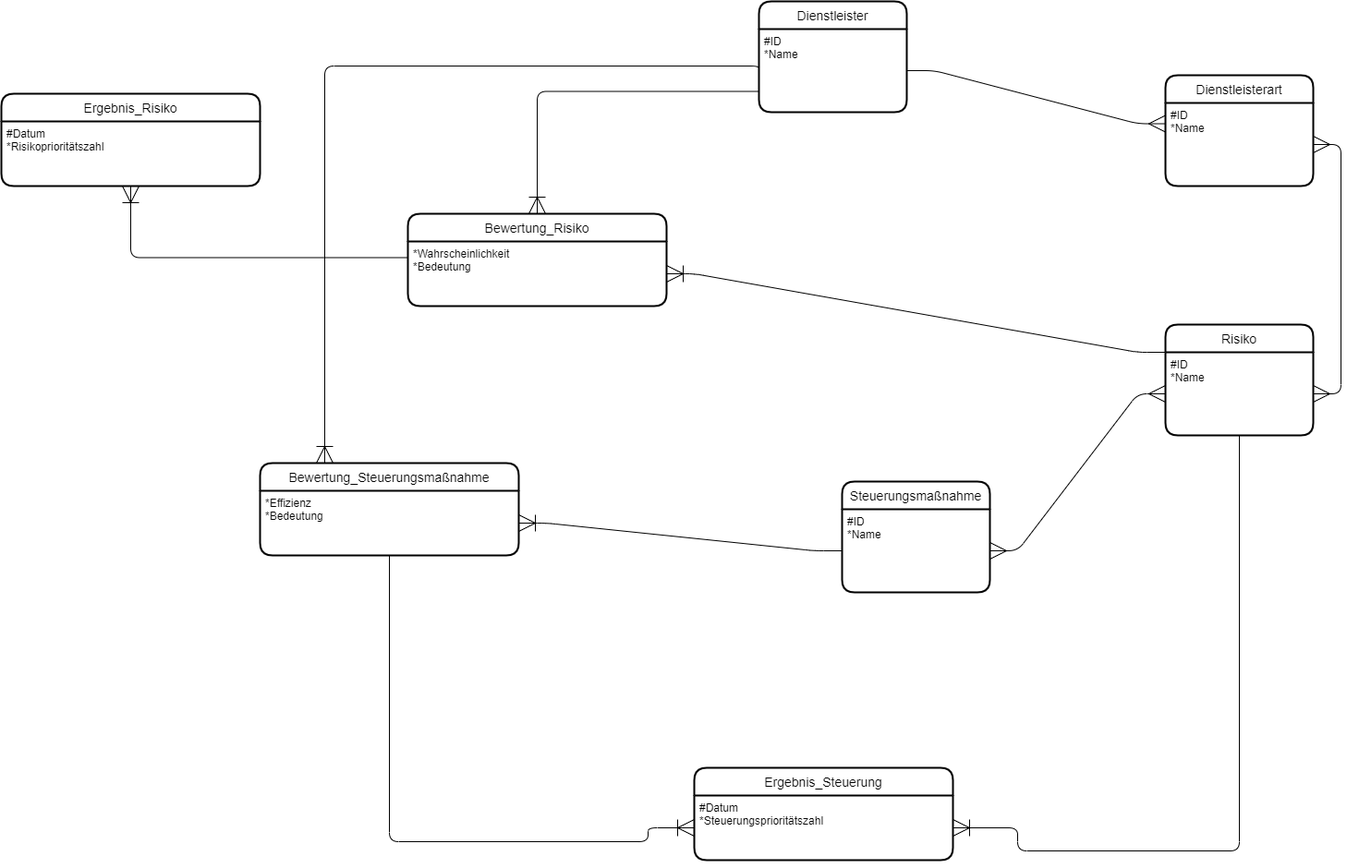
sgtSeme4ki/complianceDB keeps this draw.io diagram as er.png. Above is the earlier version. Source tidied: cells renumbered, new cells last; positions are measured from the earlier drawing's top-left corner, leaving out a move shared by most shapes.
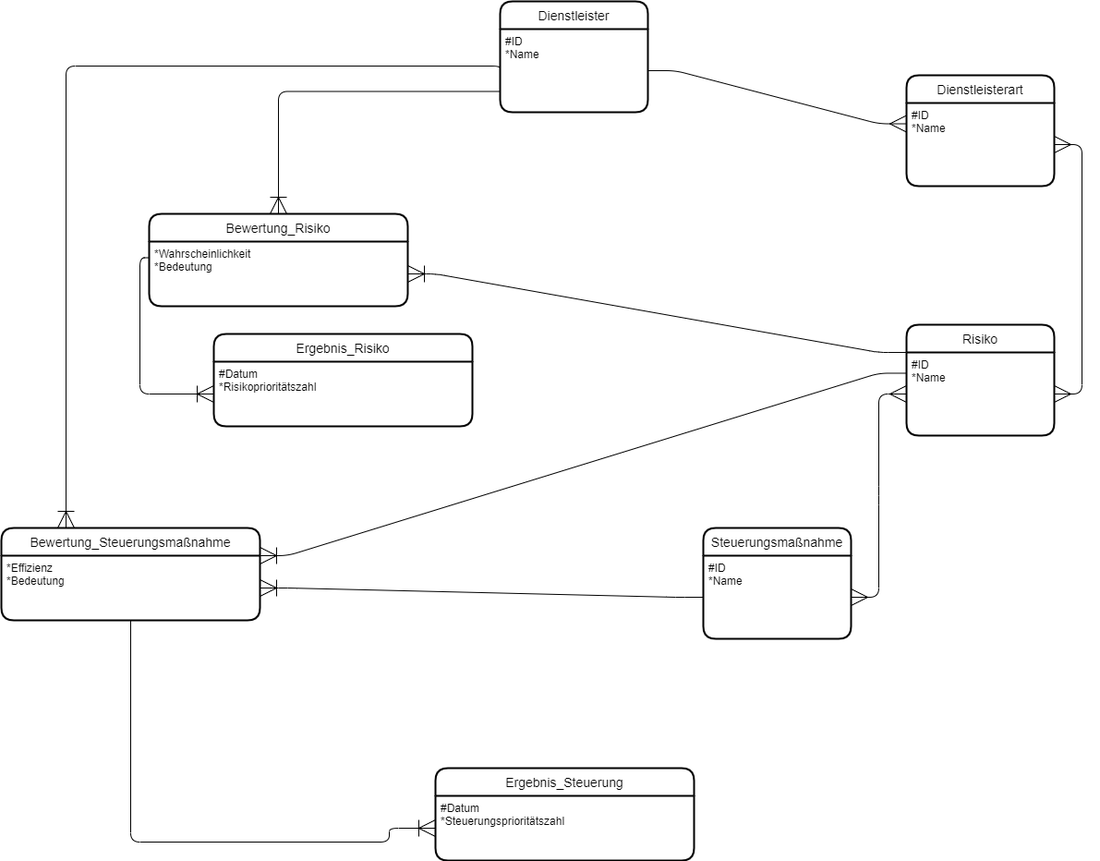
Above is the later version.

Commit message:
change schema -> bewertung_steuerungsmassnahme needs additional foreign key of risiko_id in primary key

What changed in the source:
```diff
@@ -15,7 +15,7 @@
       <mxGeometry y="30" width="160" height="90" as="geometry" />
     </mxCell>
     <mxCell id="6" value="Steuerungsmaßnahme" style="swimlane;horizontal=1;startSize=30;fontSize=14;fontStyle=0;strokeWidth=2;shadow=0;dashed=0;align=center;rounded=1;" parent="1" vertex="1">
-      <mxGeometry x="910" y="520" width="160" height="120" as="geometry" />
+      <mxGeometry x="1040" y="570" width="160" height="120" as="geometry" />
     </mxCell>
     <mxCell id="7" value="#ID&#10;*Name" style="align=left;strokeColor=none;fillColor=none;spacingLeft=4;fontSize=12;verticalAlign=top;rounded=1;" parent="6" vertex="1">
       <mxGeometry y="30" width="160" height="90" as="geometry" />
@@ -36,7 +36,7 @@
       <mxGeometry relative="1" as="geometry" />
     </mxCell>
     <mxCell id="13" value="Bewertung_Steuerungsmaßnahme" style="swimlane;horizontal=1;startSize=30;fontSize=14;fontStyle=0;strokeWidth=2;shadow=0;dashed=0;align=center;rounded=1;" parent="1" vertex="1">
-      <mxGeometry x="280" y="500" width="280" height="100" as="geometry" />
+      <mxGeometry x="280" y="570" width="280" height="100" as="geometry" />
     </mxCell>
     <mxCell id="14" value="*Effizienz&#10;*Bedeutung&#10;" style="align=left;strokeColor=none;fillColor=none;spacingLeft=4;fontSize=12;verticalAlign=top;rounded=1;" parent="13" vertex="1">
       <mxGeometry y="30" width="280" height="70" as="geometry" />
@@ -65,12 +65,12 @@
       </mxGeometry>
     </mxCell>
     <mxCell id="21" value="Ergebnis_Risiko" style="swimlane;horizontal=1;startSize=30;fontSize=14;fontStyle=0;strokeWidth=2;shadow=0;dashed=0;align=center;rounded=1;" parent="1" vertex="1">
-      <mxGeometry y="100" width="280" height="100" as="geometry" />
+      <mxGeometry x="510" y="360" width="280" height="100" as="geometry" />
     </mxCell>
     <mxCell id="22" value="#Datum&#10;*Risikoprioritätszahl&#10;" style="align=left;strokeColor=none;fillColor=none;spacingLeft=4;fontSize=12;verticalAlign=top;rounded=1;" parent="21" vertex="1">
       <mxGeometry y="30" width="280" height="70" as="geometry" />
     </mxCell>
-    <mxCell id="23" style="fontSize=12;html=1;endArrow=ERoneToMany;shadow=0;strokeWidth=1;anchorPointDirection=0;snapToPoint=0;comic=0;edgeStyle=orthogonalEdgeStyle;elbow=vertical;endSize=16;startSize=16;entryX=0.5;entryY=1;entryDx=0;entryDy=0;exitX=0;exitY=0.25;exitDx=0;exitDy=0;" parent="1" edge="1" source="16" target="22">
+    <mxCell id="23" style="fontSize=12;html=1;endArrow=ERoneToMany;shadow=0;strokeWidth=1;anchorPointDirection=0;snapToPoint=0;comic=0;edgeStyle=orthogonalEdgeStyle;elbow=vertical;endSize=16;startSize=16;entryX=0;entryY=0.5;entryDx=0;entryDy=0;exitX=0;exitY=0.25;exitDx=0;exitDy=0;" parent="1" edge="1" source="16" target="22">
       <mxGeometry relative="1" as="geometry" />
     </mxCell>
     <mxCell id="24" value="Ergebnis_Steuerung" style="swimlane;horizontal=1;startSize=30;fontSize=14;fontStyle=0;strokeWidth=2;shadow=0;dashed=0;align=center;rounded=1;" parent="1" vertex="1">
@@ -88,14 +88,8 @@
         </Array>
       </mxGeometry>
     </mxCell>
-    <mxCell id="27" style="fontSize=12;html=1;endArrow=ERoneToMany;shadow=0;strokeWidth=1;anchorPointDirection=0;snapToPoint=0;comic=0;edgeStyle=orthogonalEdgeStyle;elbow=vertical;endSize=16;startSize=16;exitX=0.5;exitY=1;exitDx=0;exitDy=0;entryX=1;entryY=0.5;entryDx=0;entryDy=0;" parent="1" edge="1" source="5" target="25">
-      <mxGeometry relative="1" as="geometry">
-        <Array as="points">
-          <mxPoint x="1340" y="920" />
-          <mxPoint x="1100" y="920" />
-          <mxPoint x="1100" y="895" />
-        </Array>
-      </mxGeometry>
-    </mxCell>
+    <mxCell id="28" style="edgeStyle=entityRelationEdgeStyle;fontSize=12;html=1;endArrow=ERoneToMany;shadow=0;strokeWidth=1;endSize=16;startSize=16;anchorPointDirection=0;snapToPoint=0;comic=0;exitX=0;exitY=0.25;exitDx=0;exitDy=0;entryX=1;entryY=0;entryDx=0;entryDy=0;" parent="1" edge="1" source="5" target="14">
+      <mxGeometry relative="1" as="geometry" />
+    </mxCell>
   </root>
 </mxGraphModel>
```
